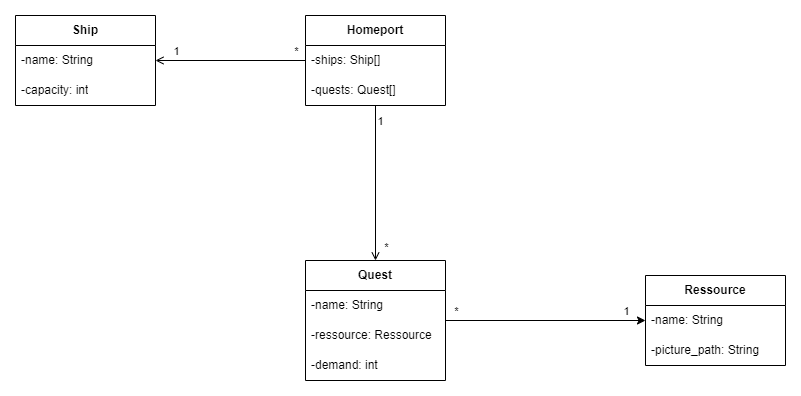
Before: Klassendiagramm_Backend.drawio.png, a diagram exported from draw.io (Mole1803/SPoRT). Source tidied: cells renumbered, new cells last; positions are measured from the earlier drawing's top-left corner, leaving out a move shared by most shapes.
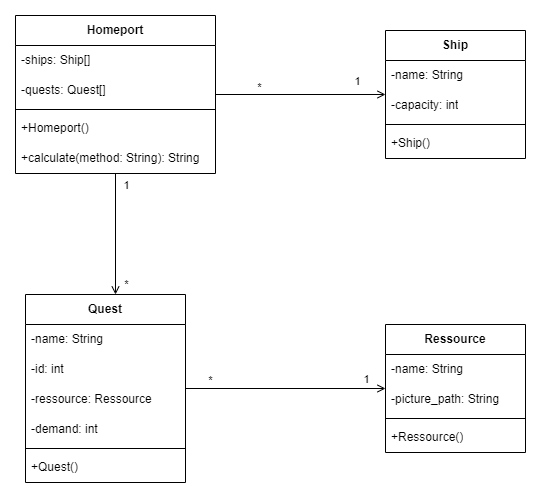
Above is the later version.

Commit message:
add constructors and rearrange Ship class

What changed in the source:
```diff
@@ -1,84 +1,119 @@
-<mxGraphModel>
+<mxGraphModel background="#ffffff">
   <root>
     <mxCell id="0" />
     <mxCell id="1" parent="0" />
-    <mxCell id="2" style="edgeStyle=orthogonalEdgeStyle;rounded=0;jettySize=auto;html=1;endArrow=none;endFill=0;startArrow=open;startFill=0;" parent="1" edge="1" source="5" target="11">
+    <mxCell id="2" style="edgeStyle=orthogonalEdgeStyle;rounded=0;jettySize=auto;html=1;endArrow=none;endFill=0;startArrow=open;startFill=0;labelBackgroundColor=none;fontColor=default;" parent="1" edge="1" source="5" target="11">
       <mxGeometry relative="1" as="geometry" />
     </mxCell>
-    <mxCell id="3" value="*" style="edgeLabel;html=1;align=center;verticalAlign=middle;" parent="2" vertex="1">
+    <mxCell id="3" value="*" style="edgeLabel;html=1;align=center;verticalAlign=middle;rounded=0;labelBackgroundColor=none;" parent="2" vertex="1">
       <mxGeometry x="0.67" y="1" relative="1" as="geometry">
         <mxPoint x="15" y="-9" as="offset" />
       </mxGeometry>
     </mxCell>
-    <mxCell id="4" value="1" style="edgeLabel;html=1;align=center;verticalAlign=middle;" parent="2" vertex="1">
+    <mxCell id="4" value="1" style="edgeLabel;html=1;align=center;verticalAlign=middle;rounded=0;labelBackgroundColor=none;" parent="2" vertex="1">
       <mxGeometry x="-0.69" y="-2" relative="1" as="geometry">
         <mxPoint x="-3" y="-12" as="offset" />
       </mxGeometry>
     </mxCell>
-    <mxCell id="5" value="&lt;b&gt;Ship&lt;/b&gt;" style="swimlane;fontStyle=0;horizontal=1;startSize=30;whiteSpace=wrap;html=1;" parent="1" vertex="1">
-      <mxGeometry width="140" height="90" as="geometry" />
+    <mxCell id="5" value="&lt;b&gt;Ship&lt;/b&gt;" style="swimlane;fontStyle=0;horizontal=1;startSize=30;whiteSpace=wrap;html=1;rounded=0;labelBackgroundColor=none;" parent="1" vertex="1">
+      <mxGeometry x="680" y="40" width="140" height="128" as="geometry" />
     </mxCell>
-    <mxCell id="6" value="-name: String" style="text;strokeColor=none;fillColor=none;align=left;verticalAlign=middle;spacingLeft=4;spacingRight=4;overflow=hidden;whiteSpace=wrap;html=1;" parent="5" vertex="1">
+    <mxCell id="6" value="-name: String" style="text;strokeColor=none;fillColor=none;align=left;verticalAlign=middle;spacingLeft=4;spacingRight=4;overflow=hidden;whiteSpace=wrap;html=1;rounded=0;labelBackgroundColor=none;" parent="5" vertex="1">
       <mxGeometry y="30" width="140" height="30" as="geometry" />
     </mxCell>
-    <mxCell id="7" value="-capacity: int" style="text;strokeColor=none;fillColor=none;align=left;verticalAlign=middle;spacingLeft=4;spacingRight=4;overflow=hidden;whiteSpace=wrap;html=1;" parent="5" vertex="1">
+    <mxCell id="7" value="-capacity: int" style="text;strokeColor=none;fillColor=none;align=left;verticalAlign=middle;spacingLeft=4;spacingRight=4;overflow=hidden;whiteSpace=wrap;html=1;rounded=0;labelBackgroundColor=none;" parent="5" vertex="1">
       <mxGeometry y="60" width="140" height="30" as="geometry" />
     </mxCell>
+    <mxCell id="24" style="line;strokeWidth=1;fillColor=none;align=left;verticalAlign=middle;spacingTop=-1;spacingLeft=3;spacingRight=3;labelPosition=right;rounded=0;labelBackgroundColor=none;" parent="5" vertex="1">
+      <mxGeometry y="90" width="140" height="8" as="geometry" />
+    </mxCell>
+    <mxCell id="25" value="+Ship()" style="text;strokeColor=none;fillColor=none;align=left;verticalAlign=middle;spacingLeft=4;spacingRight=4;overflow=hidden;whiteSpace=wrap;html=1;rounded=0;labelBackgroundColor=none;" parent="5" vertex="1">
+      <mxGeometry y="98" width="140" height="30" as="geometry" />
+    </mxCell>
-    <mxCell id="8" style="edgeStyle=orthogonalEdgeStyle;rounded=0;jettySize=auto;html=1;endArrow=open;endFill=0;" parent="1" edge="1" source="11" target="17">
-      <mxGeometry relative="1" as="geometry" />
+    <mxCell id="8" style="edgeStyle=orthogonalEdgeStyle;rounded=0;jettySize=auto;html=1;endArrow=open;endFill=0;labelBackgroundColor=none;fontColor=default;" parent="1" edge="1" source="28" target="17">
+      <mxGeometry relative="1" as="geometry">
+        <Array as="points">
+          <mxPoint x="400" y="174" />
+          <mxPoint x="400" y="174" />
+        </Array>
+      </mxGeometry>
     </mxCell>
+    <mxCell id="10" value="*" style="edgeLabel;html=1;align=center;verticalAlign=middle;rounded=0;labelBackgroundColor=none;" parent="8" vertex="1">
+      <mxGeometry x="0.82" y="5" relative="1" as="geometry">
+        <mxPoint x="5" as="offset" />
+      </mxGeometry>
+    </mxCell>
-    <mxCell id="9" value="1" style="edgeLabel;html=1;align=center;verticalAlign=middle;" parent="8" vertex="1">
-      <mxGeometry x="-0.75" y="4" relative="1" as="geometry">
-        <mxPoint y="-4" as="offset" />
+    <mxCell id="9" value="1" style="edgeLabel;html=1;align=center;verticalAlign=middle;rounded=0;labelBackgroundColor=none;" parent="8" vertex="1">
+      <mxGeometry x="-0.81" y="1" relative="1" as="geometry">
+        <mxPoint x="9" as="offset" />
       </mxGeometry>
     </mxCell>
-    <mxCell id="10" value="*" style="edgeLabel;html=1;align=center;verticalAlign=middle;" parent="8" vertex="1">
-      <mxGeometry x="0.82" y="5" relative="1" as="geometry">
-        <mxPoint x="5" as="offset" />
-      </mxGeometry>
-    </mxCell>
-    <mxCell id="11" value="&lt;b&gt;Homeport&lt;/b&gt;" style="swimlane;fontStyle=0;horizontal=1;startSize=30;whiteSpace=wrap;html=1;" parent="1" vertex="1">
-      <mxGeometry x="290" width="140" height="90" as="geometry" />
+    <mxCell id="11" value="&lt;b&gt;Homeport&lt;/b&gt;" style="swimlane;fontStyle=0;horizontal=1;startSize=30;whiteSpace=wrap;html=1;rounded=0;labelBackgroundColor=none;gradientColor=none;swimlaneFillColor=none;" parent="1" vertex="1">
+      <mxGeometry x="310" y="25" width="200" height="158" as="geometry" />
     </mxCell>
-    <mxCell id="12" value="-ships: Ship[]" style="text;strokeColor=none;fillColor=none;align=left;verticalAlign=middle;spacingLeft=4;spacingRight=4;overflow=hidden;whiteSpace=wrap;html=1;" parent="11" vertex="1">
-      <mxGeometry y="30" width="140" height="30" as="geometry" />
+    <mxCell id="12" value="-ships: Ship[]" style="text;strokeColor=none;fillColor=none;align=left;verticalAlign=middle;spacingLeft=4;spacingRight=4;overflow=hidden;whiteSpace=wrap;html=1;rounded=0;labelBackgroundColor=none;" parent="11" vertex="1">
+      <mxGeometry y="30" width="200" height="30" as="geometry" />
     </mxCell>
-    <mxCell id="13" value="-quests: Quest[]" style="text;strokeColor=none;fillColor=none;align=left;verticalAlign=middle;spacingLeft=4;spacingRight=4;overflow=hidden;whiteSpace=wrap;html=1;" parent="11" vertex="1">
-      <mxGeometry y="60" width="140" height="30" as="geometry" />
+    <mxCell id="13" value="-quests: Quest[]" style="text;strokeColor=none;fillColor=none;align=left;verticalAlign=middle;spacingLeft=4;spacingRight=4;overflow=hidden;whiteSpace=wrap;html=1;rounded=0;labelBackgroundColor=none;" parent="11" vertex="1">
+      <mxGeometry y="60" width="200" height="30" as="geometry" />
     </mxCell>
+    <mxCell id="26" style="line;strokeWidth=1;fillColor=none;align=left;verticalAlign=middle;spacingTop=-1;spacingLeft=3;spacingRight=3;labelPosition=right;rounded=0;labelBackgroundColor=none;" parent="11" vertex="1">
+      <mxGeometry y="90" width="200" height="8" as="geometry" />
+    </mxCell>
+    <mxCell id="27" value="+Homeport()" style="text;strokeColor=none;fillColor=none;align=left;verticalAlign=middle;spacingLeft=4;spacingRight=4;overflow=hidden;whiteSpace=wrap;html=1;rounded=0;labelBackgroundColor=none;" parent="11" vertex="1">
+      <mxGeometry y="98" width="200" height="30" as="geometry" />
+    </mxCell>
+    <mxCell id="28" value="+calculate(method: String): String" style="text;strokeColor=none;fillColor=none;align=left;verticalAlign=middle;spacingLeft=4;spacingRight=4;overflow=hidden;points=[[0,0.5],[1,0.5]];portConstraint=eastwest;whiteSpace=wrap;html=1;rounded=0;labelBackgroundColor=none;" parent="11" vertex="1">
+      <mxGeometry y="128" width="200" height="30" as="geometry" />
+    </mxCell>
-    <mxCell id="14" style="edgeStyle=orthogonalEdgeStyle;rounded=0;jettySize=auto;html=1;" parent="1" edge="1" source="17" target="21">
+    <mxCell id="14" style="edgeStyle=orthogonalEdgeStyle;rounded=0;jettySize=auto;html=1;endArrow=open;endFill=0;labelBackgroundColor=none;fontColor=default;" parent="1" edge="1" source="17" target="21">
       <mxGeometry relative="1" as="geometry" />
     </mxCell>
-    <mxCell id="15" value="1" style="edgeLabel;html=1;align=center;verticalAlign=middle;" parent="14" vertex="1">
+    <mxCell id="15" value="1" style="edgeLabel;html=1;align=center;verticalAlign=middle;rounded=0;labelBackgroundColor=none;" parent="14" vertex="1">
       <mxGeometry x="-0.81" y="3" relative="1" as="geometry">
         <mxPoint x="161" y="-7" as="offset" />
       </mxGeometry>
     </mxCell>
-    <mxCell id="16" value="*" style="edgeLabel;html=1;align=center;verticalAlign=middle;" parent="14" vertex="1">
+    <mxCell id="16" value="*" style="edgeLabel;html=1;align=center;verticalAlign=middle;rounded=0;labelBackgroundColor=none;" parent="14" vertex="1">
       <mxGeometry x="0.75" y="2" relative="1" as="geometry">
-        <mxPoint x="-165" y="-8" as="offset" />
+        <mxPoint x="-151" y="-7" as="offset" />
       </mxGeometry>
     </mxCell>
-    <mxCell id="17" value="&lt;b&gt;Quest&lt;/b&gt;" style="swimlane;fontStyle=0;horizontal=1;startSize=30;whiteSpace=wrap;html=1;" parent="1" vertex="1">
-      <mxGeometry x="290" y="245" width="140" height="120" as="geometry" />
+    <mxCell id="17" value="&lt;b&gt;Quest&lt;/b&gt;" style="swimlane;fontStyle=0;horizontal=1;startSize=30;whiteSpace=wrap;html=1;rounded=0;labelBackgroundColor=none;" parent="1" vertex="1">
+      <mxGeometry x="320" y="304" width="160" height="188" as="geometry" />
     </mxCell>
-    <mxCell id="18" value="-name: String" style="text;strokeColor=none;fillColor=none;align=left;verticalAlign=middle;spacingLeft=4;spacingRight=4;overflow=hidden;whiteSpace=wrap;html=1;" parent="17" vertex="1">
-      <mxGeometry y="30" width="140" height="30" as="geometry" />
+    <mxCell id="18" value="-name: String" style="text;strokeColor=none;fillColor=none;align=left;verticalAlign=middle;spacingLeft=4;spacingRight=4;overflow=hidden;whiteSpace=wrap;html=1;rounded=0;labelBackgroundColor=none;" parent="17" vertex="1">
+      <mxGeometry y="30" width="160" height="30" as="geometry" />
     </mxCell>
+    <mxCell id="29" value="-id: int" style="text;strokeColor=none;fillColor=none;align=left;verticalAlign=middle;spacingLeft=4;spacingRight=4;overflow=hidden;whiteSpace=wrap;html=1;rounded=0;labelBackgroundColor=none;" parent="17" vertex="1">
+      <mxGeometry y="60" width="160" height="30" as="geometry" />
+    </mxCell>
-    <mxCell id="19" value="-ressource: Ressource" style="text;strokeColor=none;fillColor=none;align=left;verticalAlign=middle;spacingLeft=4;spacingRight=4;overflow=hidden;whiteSpace=wrap;html=1;" parent="17" vertex="1">
-      <mxGeometry y="60" width="140" height="30" as="geometry" />
+    <mxCell id="19" value="-ressource: Ressource" style="text;strokeColor=none;fillColor=none;align=left;verticalAlign=middle;spacingLeft=4;spacingRight=4;overflow=hidden;whiteSpace=wrap;html=1;rounded=0;labelBackgroundColor=none;" parent="17" vertex="1">
+      <mxGeometry y="90" width="160" height="30" as="geometry" />
     </mxCell>
-    <mxCell id="20" value="-demand: int" style="text;strokeColor=none;fillColor=none;align=left;verticalAlign=middle;spacingLeft=4;spacingRight=4;overflow=hidden;whiteSpace=wrap;html=1;" parent="17" vertex="1">
-      <mxGeometry y="90" width="140" height="30" as="geometry" />
+    <mxCell id="20" value="-demand: int" style="text;strokeColor=none;fillColor=none;align=left;verticalAlign=middle;spacingLeft=4;spacingRight=4;overflow=hidden;whiteSpace=wrap;html=1;rounded=0;labelBackgroundColor=none;" parent="17" vertex="1">
+      <mxGeometry y="120" width="160" height="30" as="geometry" />
     </mxCell>
+    <mxCell id="30" style="line;strokeWidth=1;fillColor=none;align=left;verticalAlign=middle;spacingTop=-1;spacingLeft=3;spacingRight=3;labelPosition=right;rounded=0;labelBackgroundColor=none;" parent="17" vertex="1">
+      <mxGeometry y="150" width="160" height="8" as="geometry" />
+    </mxCell>
+    <mxCell id="31" value="+Quest()" style="text;strokeColor=none;fillColor=none;align=left;verticalAlign=middle;spacingLeft=4;spacingRight=4;overflow=hidden;whiteSpace=wrap;html=1;rounded=0;labelBackgroundColor=none;" parent="17" vertex="1">
+      <mxGeometry y="158" width="160" height="30" as="geometry" />
+    </mxCell>
-    <mxCell id="21" value="&lt;b&gt;Ressource&lt;/b&gt;" style="swimlane;fontStyle=0;horizontal=1;startSize=30;whiteSpace=wrap;html=1;" parent="1" vertex="1">
-      <mxGeometry x="630" y="260" width="140" height="90" as="geometry" />
+    <mxCell id="21" value="&lt;b&gt;Ressource&lt;/b&gt;" style="swimlane;fontStyle=0;horizontal=1;startSize=30;whiteSpace=wrap;html=1;rounded=0;labelBackgroundColor=none;" parent="1" vertex="1">
+      <mxGeometry x="680" y="334" width="140" height="128" as="geometry" />
     </mxCell>
-    <mxCell id="22" value="-name: String" style="text;strokeColor=none;fillColor=none;align=left;verticalAlign=middle;spacingLeft=4;spacingRight=4;overflow=hidden;whiteSpace=wrap;html=1;" parent="21" vertex="1">
+    <mxCell id="22" value="-name: String" style="text;strokeColor=none;fillColor=none;align=left;verticalAlign=middle;spacingLeft=4;spacingRight=4;overflow=hidden;whiteSpace=wrap;html=1;rounded=0;labelBackgroundColor=none;" parent="21" vertex="1">
       <mxGeometry y="30" width="140" height="30" as="geometry" />
     </mxCell>
-    <mxCell id="23" value="-picture_path: String" style="text;strokeColor=none;fillColor=none;align=left;verticalAlign=middle;spacingLeft=4;spacingRight=4;overflow=hidden;whiteSpace=wrap;html=1;" parent="21" vertex="1">
+    <mxCell id="23" value="-picture_path: String" style="text;strokeColor=none;fillColor=none;align=left;verticalAlign=middle;spacingLeft=4;spacingRight=4;overflow=hidden;whiteSpace=wrap;html=1;rounded=0;labelBackgroundColor=none;" parent="21" vertex="1">
       <mxGeometry y="60" width="140" height="30" as="geometry" />
     </mxCell>
+    <mxCell id="32" style="line;strokeWidth=1;fillColor=none;align=left;verticalAlign=middle;spacingTop=-1;spacingLeft=3;spacingRight=3;labelPosition=right;rounded=0;labelBackgroundColor=none;" parent="21" vertex="1">
+      <mxGeometry y="90" width="140" height="8" as="geometry" />
+    </mxCell>
+    <mxCell id="33" value="+Ressource()" style="text;strokeColor=none;fillColor=none;align=left;verticalAlign=middle;spacingLeft=4;spacingRight=4;overflow=hidden;whiteSpace=wrap;html=1;rounded=0;labelBackgroundColor=none;" parent="21" vertex="1">
+      <mxGeometry y="98" width="140" height="30" as="geometry" />
+    </mxCell>
   </root>
 </mxGraphModel>
```
